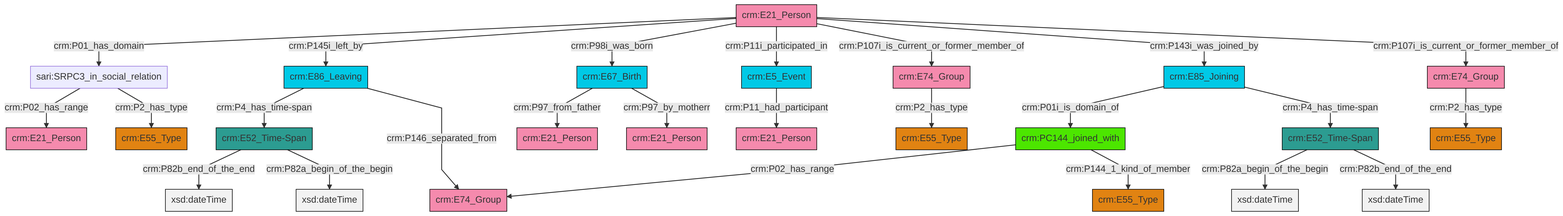
Before: et/personCSV/ttl/mmd/png/Person_Actor_Relations.png, a diagram exported from Mermaid (swiss-art-research-net/reference-data-models). Its source is kept beside it as et/personCSV/ttl/mmd/Person_Actor_Relations.ttl.mmd.
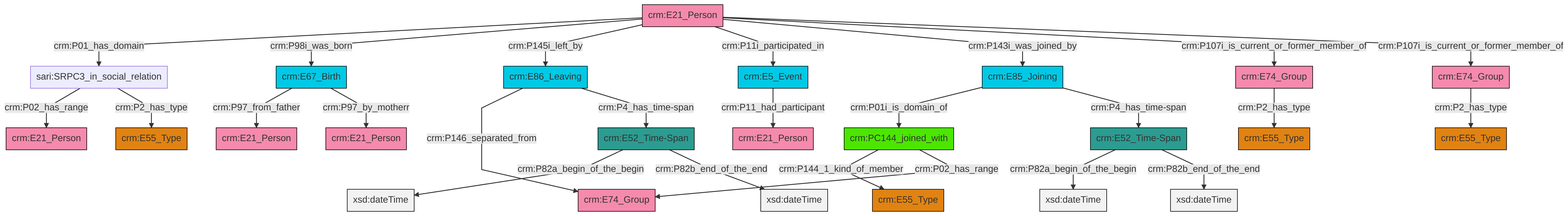
After the change.

The edit, as a diff of the source:
```diff
@@ -13,27 +13,27 @@
 classDef PC_Classes fill:#4ce600, stroke:#000000;
 classDef Multi fill:#cccccc,stroke:#000000;
 
-4["crm:E21_Person"]:::Actor -->|crm:P01_has_domain| 14["sari:SRPC3_in_social_relation"]:::Default
-15["crm:PC144_joined_with"]:::PC_Classes -->|crm:P02_has_range| 16["crm:E74_Group"]:::Actor
-17["crm:E67_Birth"]:::Temporal_Entity -->|crm:P97_from_father| 12["crm:E21_Person"]:::Actor
-14["sari:SRPC3_in_social_relation"]:::Default -->|crm:P02_has_range| 18["crm:E21_Person"]:::Actor
-17["crm:E67_Birth"]:::Temporal_Entity -->|crm:P97_by_motherr| 8["crm:E21_Person"]:::Actor
-0["crm:E52_Time-Span"]:::Time-Span -->|crm:P82a_begin_of_the_begin| 21[xsd:dateTime]:::Literal
-22["crm:E5_Event"]:::Temporal_Entity -->|crm:P11_had_participant| 2["crm:E21_Person"]:::Actor
-4["crm:E21_Person"]:::Actor -->|crm:P145i_left_by| 23["crm:E86_Leaving"]:::Temporal_Entity
-4["crm:E21_Person"]:::Actor -->|crm:P98i_was_born| 17["crm:E67_Birth"]:::Temporal_Entity
-31["crm:E85_Joining"]:::Temporal_Entity -->|crm:P01i_is_domain_of| 15["crm:PC144_joined_with"]:::PC_Classes
-4["crm:E21_Person"]:::Actor -->|crm:P11i_participated_in| 22["crm:E5_Event"]:::Temporal_Entity
-31["crm:E85_Joining"]:::Temporal_Entity -->|crm:P4_has_time-span| 0["crm:E52_Time-Span"]:::Time-Span
-33["crm:E74_Group"]:::Actor -->|crm:P2_has_type| 29["crm:E55_Type"]:::Type
-4["crm:E21_Person"]:::Actor -->|crm:P107i_is_current_or_former_member_of| 33["crm:E74_Group"]:::Actor
-4["crm:E21_Person"]:::Actor -->|crm:P143i_was_joined_by| 31["crm:E85_Joining"]:::Temporal_Entity
-23["crm:E86_Leaving"]:::Temporal_Entity -->|crm:P4_has_time-span| 10["crm:E52_Time-Span"]:::Time-Span
-0["crm:E52_Time-Span"]:::Time-Span -->|crm:P82b_end_of_the_end| 37[xsd:dateTime]:::Literal
-4["crm:E21_Person"]:::Actor -->|crm:P107i_is_current_or_former_member_of| 6["crm:E74_Group"]:::Actor
-10["crm:E52_Time-Span"]:::Time-Span -->|crm:P82b_end_of_the_end| 38[xsd:dateTime]:::Literal
-15["crm:PC144_joined_with"]:::PC_Classes -->|crm:P144_1_kind_of_member| 19["crm:E55_Type"]:::Type
-10["crm:E52_Time-Span"]:::Time-Span -->|crm:P82a_begin_of_the_begin| 42[xsd:dateTime]:::Literal
-14["sari:SRPC3_in_social_relation"]:::Default -->|crm:P2_has_type| 34["crm:E55_Type"]:::Type
-23["crm:E86_Leaving"]:::Temporal_Entity -->|crm:P146_separated_from| 16["crm:E74_Group"]:::Actor
-6["crm:E74_Group"]:::Actor -->|crm:P2_has_type| 24["crm:E55_Type"]:::Type
+2["crm:E86_Leaving"]:::Temporal_Entity -->|crm:P146_separated_from| 4["crm:E74_Group"]:::Actor
+11["crm:E52_Time-Span"]:::Time-Span -->|crm:P82a_begin_of_the_begin| 12[xsd:dateTime]:::Literal
+13["crm:PC144_joined_with"]:::PC_Classes -->|crm:P144_1_kind_of_member| 0["crm:E55_Type"]:::Type
+14["crm:E74_Group"]:::Actor -->|crm:P2_has_type| 16["crm:E55_Type"]:::Type
+17["crm:E21_Person"]:::Actor -->|crm:P01_has_domain| 18["sari:SRPC3_in_social_relation"]:::Default
+17["crm:E21_Person"]:::Actor -->|crm:P98i_was_born| 5["crm:E67_Birth"]:::Temporal_Entity
+5["crm:E67_Birth"]:::Temporal_Entity -->|crm:P97_from_father| 20["crm:E21_Person"]:::Actor
+17["crm:E21_Person"]:::Actor -->|crm:P145i_left_by| 2["crm:E86_Leaving"]:::Temporal_Entity
+21["crm:E85_Joining"]:::Temporal_Entity -->|crm:P01i_is_domain_of| 13["crm:PC144_joined_with"]:::PC_Classes
+7["crm:E52_Time-Span"]:::Time-Span -->|crm:P82a_begin_of_the_begin| 27[xsd:dateTime]:::Literal
+13["crm:PC144_joined_with"]:::PC_Classes -->|crm:P02_has_range| 4["crm:E74_Group"]:::Actor
+17["crm:E21_Person"]:::Actor -->|crm:P11i_participated_in| 30["crm:E5_Event"]:::Temporal_Entity
+18["sari:SRPC3_in_social_relation"]:::Default -->|crm:P02_has_range| 31["crm:E21_Person"]:::Actor
+17["crm:E21_Person"]:::Actor -->|crm:P143i_was_joined_by| 21["crm:E85_Joining"]:::Temporal_Entity
+17["crm:E21_Person"]:::Actor -->|crm:P107i_is_current_or_former_member_of| 37["crm:E74_Group"]:::Actor
+11["crm:E52_Time-Span"]:::Time-Span -->|crm:P82b_end_of_the_end| 38[xsd:dateTime]:::Literal
+17["crm:E21_Person"]:::Actor -->|crm:P107i_is_current_or_former_member_of| 14["crm:E74_Group"]:::Actor
+7["crm:E52_Time-Span"]:::Time-Span -->|crm:P82b_end_of_the_end| 40[xsd:dateTime]:::Literal
+2["crm:E86_Leaving"]:::Temporal_Entity -->|crm:P4_has_time-span| 7["crm:E52_Time-Span"]:::Time-Span
+30["crm:E5_Event"]:::Temporal_Entity -->|crm:P11_had_participant| 28["crm:E21_Person"]:::Actor
+5["crm:E67_Birth"]:::Temporal_Entity -->|crm:P97_by_motherr| 33["crm:E21_Person"]:::Actor
+21["crm:E85_Joining"]:::Temporal_Entity -->|crm:P4_has_time-span| 11["crm:E52_Time-Span"]:::Time-Span
+37["crm:E74_Group"]:::Actor -->|crm:P2_has_type| 9["crm:E55_Type"]:::Type
+18["sari:SRPC3_in_social_relation"]:::Default -->|crm:P2_has_type| 44["crm:E55_Type"]:::Type
```
